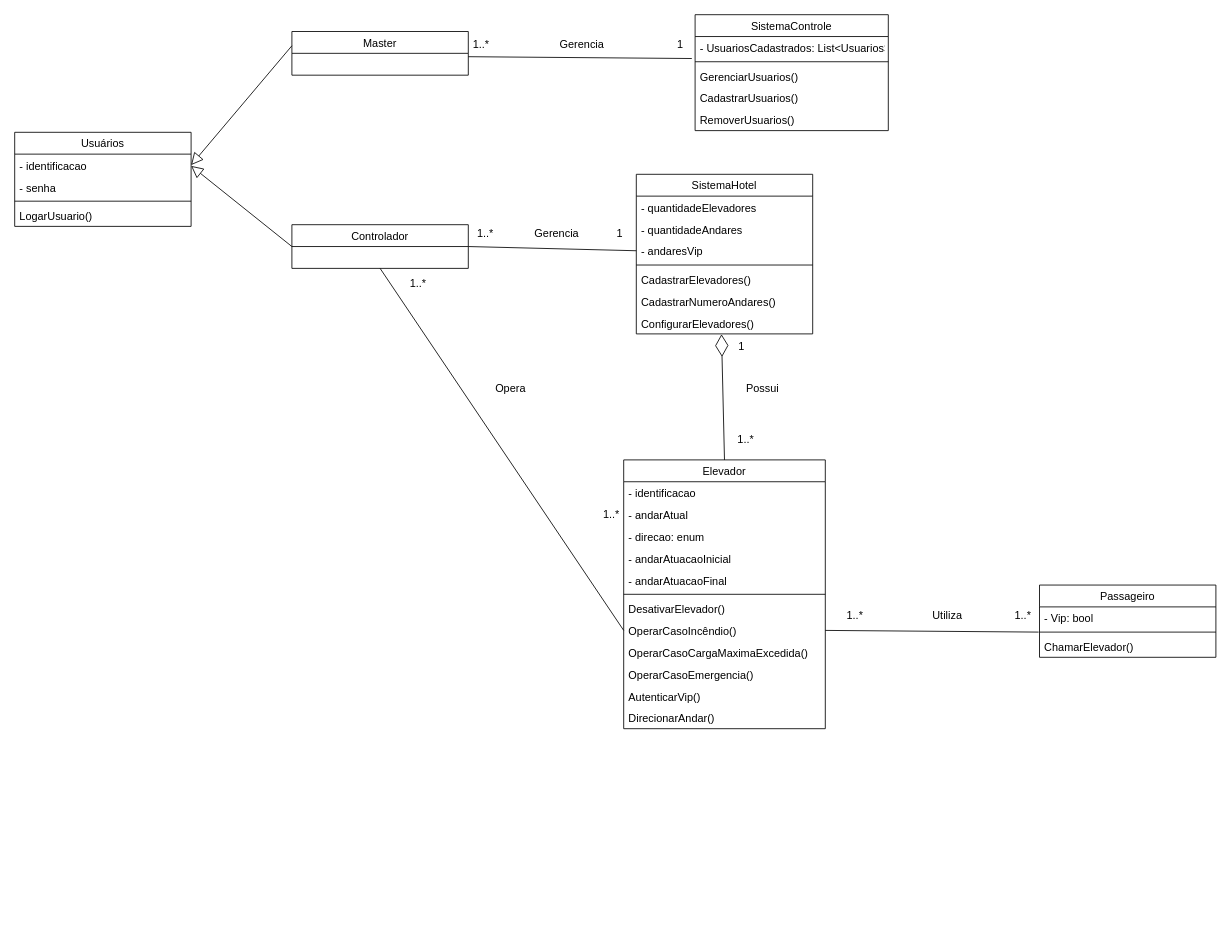
Above: Diagrama de Classes.drawio in LucasAlmeida04/Projeto-Sistema-Elevadores (draw.io), before the change. Source tidied: cells renumbered, new cells numbered last; positions are measured from the earlier drawing's top-left corner, leaving out a move shared by most shapes. Both pictures are drawn from the tidied source at 84%, with x=0, y=0 at pixel (14, 14).
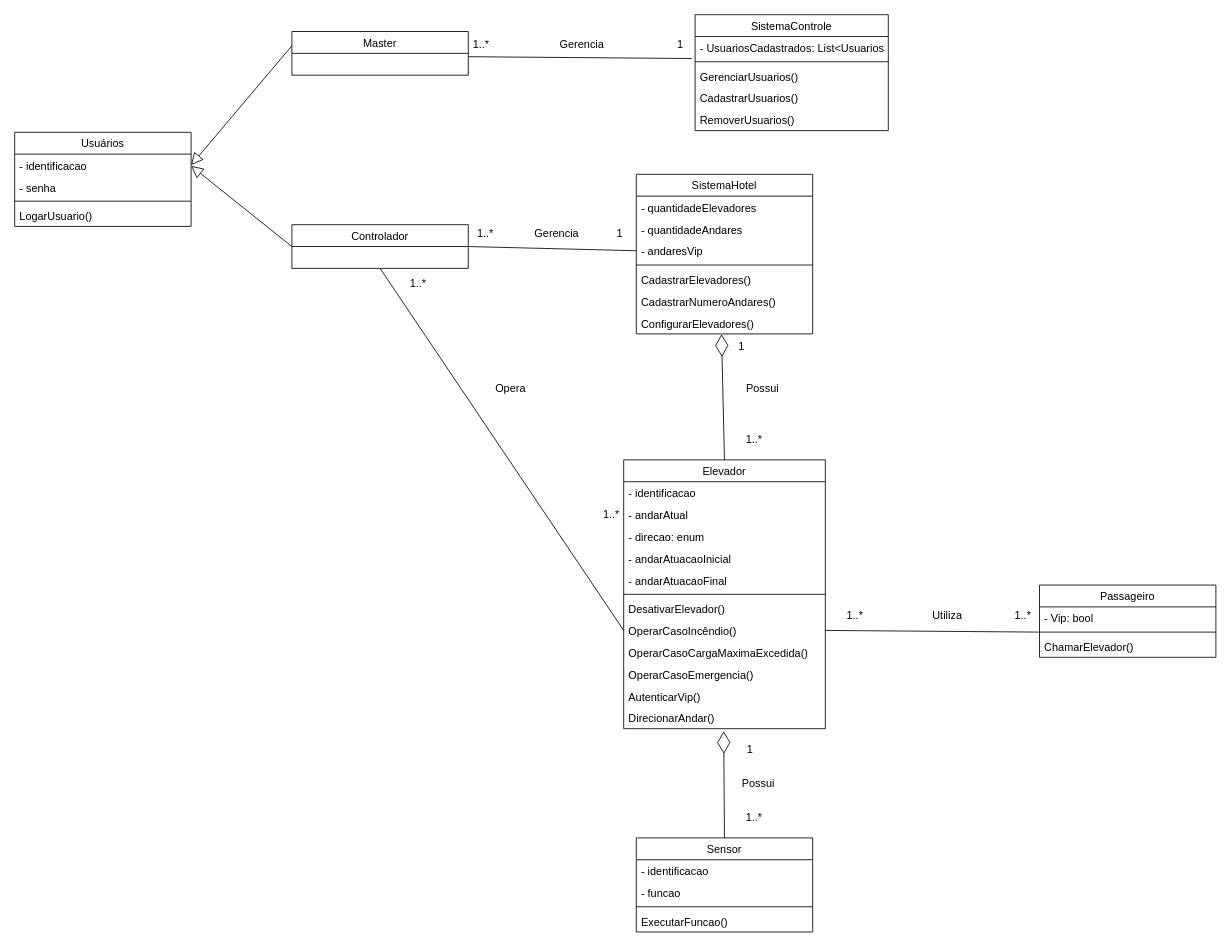
Above is the later version.

The change refers to these unchanged cells:
```xml
<mxCell id="19" value="DirecionarAndar()&#10;" style="text;strokeColor=none;fillColor=none;align=left;verticalAlign=top;spacingLeft=4;spacingRight=4;overflow=hidden;points=[[0,0.5],[1,0.5]];portConstraint=eastwest;fontSize=13;" parent="7" vertex="1">
  <mxGeometry y="294" width="240" height="26" as="geometry" />
</mxCell>
```

Diff of the diagram source:
```diff
@@
     <mxCell id="56" value="1..*" style="text;html=1;align=center;verticalAlign=middle;strokeColor=none;fillColor=none;fontSize=13;" parent="1" vertex="1">
-      <mxGeometry x="850" y="490" width="40" height="30" as="geometry" />
+      <mxGeometry x="860" y="490" width="40" height="30" as="geometry" />
     </mxCell>
@@
+    <mxCell id="62" value="Sensor" style="swimlane;fontStyle=0;horizontal=1;startSize=26;fillColor=none;fontSize=13;" parent="1" vertex="1">
+      <mxGeometry x="740" y="980" width="210" height="112" as="geometry" />
+    </mxCell>
+    <mxCell id="63" value="- identificacao" style="text;strokeColor=none;fillColor=none;align=left;verticalAlign=top;spacingLeft=4;spacingRight=4;overflow=hidden;fontSize=13;" parent="62" vertex="1">
+      <mxGeometry y="26" width="210" height="26" as="geometry" />
+    </mxCell>
+    <mxCell id="64" value="- funcao" style="text;strokeColor=none;fillColor=none;align=left;verticalAlign=top;spacingLeft=4;spacingRight=4;overflow=hidden;fontSize=13;" parent="62" vertex="1">
+      <mxGeometry y="52" width="210" height="26" as="geometry" />
+    </mxCell>
+    <mxCell id="65" style="line;strokeWidth=1;fillColor=none;align=left;verticalAlign=middle;spacingTop=-1;spacingLeft=3;spacingRight=3;labelPosition=right;strokeColor=inherit;fontSize=13;" parent="62" vertex="1">
+      <mxGeometry y="78" width="210" height="8" as="geometry" />
+    </mxCell>
+    <mxCell id="66" value="ExecutarFuncao()" style="text;strokeColor=none;fillColor=none;align=left;verticalAlign=top;spacingLeft=4;spacingRight=4;overflow=hidden;fontSize=13;" parent="62" vertex="1">
+      <mxGeometry y="86" width="210" height="26" as="geometry" />
+    </mxCell>
+    <mxCell id="67" style="endArrow=diamondThin;endFill=0;endSize=24;html=1;rounded=0;exitX=0.5;exitY=0;exitDx=0;exitDy=0;entryX=0.496;entryY=1.115;entryDx=0;entryDy=0;entryPerimeter=0;" parent="1" edge="1" source="62" target="19">
+      <mxGeometry relative="1" as="geometry" />
+    </mxCell>
+    <mxCell id="68" value="Possui" style="text;html=1;align=center;verticalAlign=middle;strokeColor=none;fillColor=none;fontSize=13;" parent="1" vertex="1">
+      <mxGeometry x="855" y="900" width="60" height="30" as="geometry" />
+    </mxCell>
+    <mxCell id="69" value="1" style="text;html=1;align=center;verticalAlign=middle;strokeColor=none;fillColor=none;fontSize=13;" parent="1" vertex="1">
+      <mxGeometry x="860" y="860" width="30" height="30" as="geometry" />
+    </mxCell>
+    <mxCell id="70" value="1..*" style="text;html=1;align=center;verticalAlign=middle;strokeColor=none;fillColor=none;fontSize=13;" parent="1" vertex="1">
+      <mxGeometry x="860" y="940" width="40" height="30" as="geometry" />
+    </mxCell>
```
